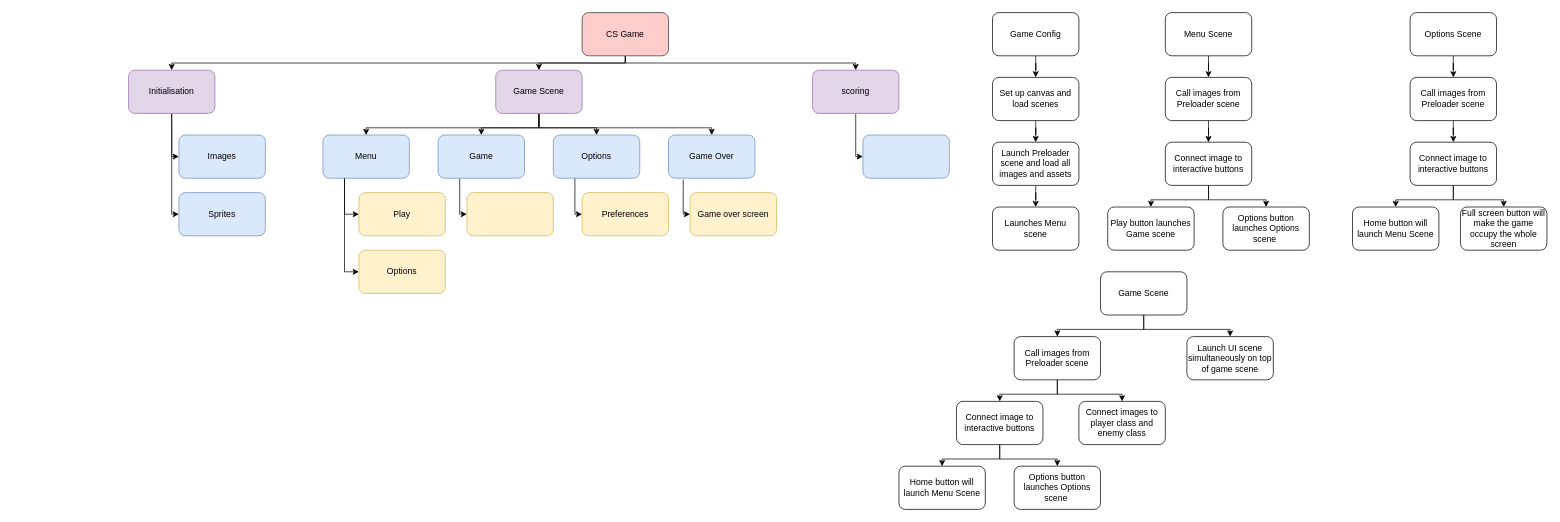
Before: Top Down CS.drawio in 13ilaurente/csgame, a draw.io diagram. Source tidied: cells renumbered, new cells numbered last; positions are measured from the earlier drawing's top-left corner, leaving out a move shared by most shapes. Both pictures are drawn from the tidied source at 72%, with x=0, y=0 at pixel (128, 12).
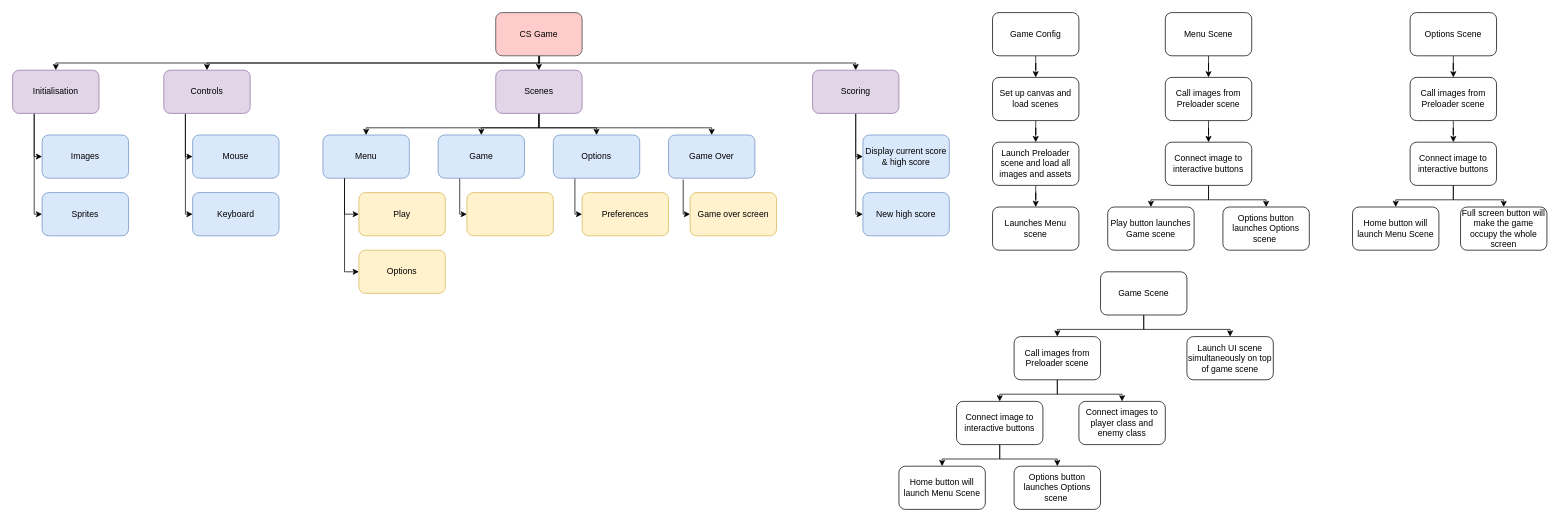
Above is the later version.

Change to the diagram source:
```diff
@@
     <mxCell id="40" style="edgeStyle=orthogonalEdgeStyle;rounded=0;jettySize=auto;html=1;exitX=0.5;exitY=1;exitDx=0;exitDy=0;entryX=0.5;entryY=0;entryDx=0;entryDy=0;" parent="1" edge="1" source="43" target="64">
       <mxGeometry relative="1" as="geometry">
         <Array as="points">
-          <mxPoint x="690" y="70" />
-          <mxPoint x="570" y="70" />
+          <mxPoint x="570" y="60" />
+          <mxPoint x="570" y="60" />
         </Array>
       </mxGeometry>
     </mxCell>
     <mxCell id="41" style="edgeStyle=orthogonalEdgeStyle;rounded=0;jettySize=auto;html=1;exitX=0.5;exitY=1;exitDx=0;exitDy=0;entryX=0.5;entryY=0;entryDx=0;entryDy=0;" parent="1" edge="1" source="43" target="67">
       <mxGeometry relative="1" as="geometry">
         <Array as="points">
-          <mxPoint x="690" y="70" />
-          <mxPoint x="60" y="70" />
+          <mxPoint x="570" y="70" />
+          <mxPoint x="-101" y="70" />
         </Array>
       </mxGeometry>
     </mxCell>
     <mxCell id="42" style="edgeStyle=orthogonalEdgeStyle;rounded=0;jettySize=auto;html=1;exitX=0.5;exitY=1;exitDx=0;exitDy=0;" parent="1" edge="1" source="43" target="45">
       <mxGeometry relative="1" as="geometry">
         <Array as="points">
-          <mxPoint x="690" y="70" />
+          <mxPoint x="570" y="70" />
           <mxPoint x="1010" y="70" />
         </Array>
       </mxGeometry>
     </mxCell>
+    <mxCell id="71" style="edgeStyle=orthogonalEdgeStyle;rounded=0;jettySize=auto;html=1;exitX=0.5;exitY=1;exitDx=0;exitDy=0;" parent="1" edge="1" source="43" target="74">
+      <mxGeometry relative="1" as="geometry">
+        <Array as="points">
+          <mxPoint x="571" y="70" />
+          <mxPoint x="109" y="70" />
+        </Array>
+      </mxGeometry>
+    </mxCell>
     <mxCell id="43" value="CS Game" style="rounded=1;whiteSpace=wrap;html=1;fillColor=#ffcccc;strokeColor=#36393d;" parent="1" vertex="1">
-      <mxGeometry x="630" width="120" height="60" as="geometry" />
+      <mxGeometry x="510" width="120" height="60" as="geometry" />
     </mxCell>
+    <mxCell id="72" style="edgeStyle=orthogonalEdgeStyle;rounded=0;jettySize=auto;html=1;exitX=0.25;exitY=1;exitDx=0;exitDy=0;" parent="1" edge="1" source="74" target="76">
+      <mxGeometry relative="1" as="geometry">
+        <Array as="points">
+          <mxPoint x="79" y="200" />
+        </Array>
+      </mxGeometry>
+    </mxCell>
+    <mxCell id="73" style="edgeStyle=orthogonalEdgeStyle;rounded=0;jettySize=auto;html=1;exitX=0.25;exitY=1;exitDx=0;exitDy=0;" parent="1" edge="1" source="74" target="75">
+      <mxGeometry relative="1" as="geometry">
+        <Array as="points">
+          <mxPoint x="79" y="280" />
+        </Array>
+      </mxGeometry>
+    </mxCell>
+    <mxCell id="74" value="Controls" style="rounded=1;whiteSpace=wrap;html=1;fillColor=#e1d5e7;strokeColor=#9673a6;" parent="1" vertex="1">
+      <mxGeometry x="49" y="80" width="120" height="60" as="geometry" />
+    </mxCell>
+    <mxCell id="75" value="Keyboard" style="rounded=1;whiteSpace=wrap;html=1;fillColor=#dae8fc;strokeColor=#6c8ebf;" parent="1" vertex="1">
+      <mxGeometry x="89" y="250" width="120" height="60" as="geometry" />
+    </mxCell>
+    <mxCell id="76" value="Mouse" style="rounded=1;whiteSpace=wrap;html=1;fillColor=#dae8fc;strokeColor=#6c8ebf;" parent="1" vertex="1">
+      <mxGeometry x="89" y="170" width="120" height="60" as="geometry" />
+    </mxCell>
@@
+    <mxCell id="77" style="edgeStyle=orthogonalEdgeStyle;rounded=0;jettySize=auto;html=1;entryX=0;entryY=0.5;entryDx=0;entryDy=0;" parent="1" edge="1" source="45" target="78">
+      <mxGeometry relative="1" as="geometry">
+        <Array as="points">
+          <mxPoint x="1010" y="280" />
+        </Array>
+      </mxGeometry>
+    </mxCell>
-    <mxCell id="45" value="scoring" style="rounded=1;whiteSpace=wrap;html=1;fillColor=#e1d5e7;strokeColor=#9673a6;" parent="1" vertex="1">
+    <mxCell id="45" value="Scoring" style="rounded=1;whiteSpace=wrap;html=1;fillColor=#e1d5e7;strokeColor=#9673a6;" parent="1" vertex="1">
       <mxGeometry x="950" y="80" width="120" height="60" as="geometry" />
     </mxCell>
+    <mxCell id="78" value="New high score" style="rounded=1;whiteSpace=wrap;html=1;fillColor=#dae8fc;strokeColor=#6c8ebf;" parent="1" vertex="1">
+      <mxGeometry x="1020" y="250" width="120" height="60" as="geometry" />
+    </mxCell>
-    <mxCell id="46" style="rounded=1;whiteSpace=wrap;html=1;fillColor=#dae8fc;strokeColor=#6c8ebf;" parent="1" vertex="1">
+    <mxCell id="46" value="Display current score&lt;br&gt;&amp;amp; high score" style="rounded=1;whiteSpace=wrap;html=1;fillColor=#dae8fc;strokeColor=#6c8ebf;" parent="1" vertex="1">
       <mxGeometry x="1020" y="170" width="120" height="60" as="geometry" />
     </mxCell>
@@
-    <mxCell id="64" value="Game Scene" style="rounded=1;whiteSpace=wrap;html=1;fillColor=#e1d5e7;strokeColor=#9673a6;" parent="1" vertex="1">
+    <mxCell id="64" value="Scenes" style="rounded=1;whiteSpace=wrap;html=1;fillColor=#e1d5e7;strokeColor=#9673a6;" parent="1" vertex="1">
       <mxGeometry x="510" y="80" width="120" height="60" as="geometry" />
     </mxCell>
-    <mxCell id="65" style="edgeStyle=orthogonalEdgeStyle;rounded=0;jettySize=auto;html=1;exitX=0.5;exitY=1;exitDx=0;exitDy=0;entryX=0;entryY=0.5;entryDx=0;entryDy=0;" parent="1" edge="1" source="67" target="69">
+    <mxCell id="65" style="edgeStyle=orthogonalEdgeStyle;rounded=0;jettySize=auto;html=1;exitX=0.25;exitY=1;exitDx=0;exitDy=0;entryX=0;entryY=0.5;entryDx=0;entryDy=0;" parent="1" edge="1" source="67" target="69">
       <mxGeometry relative="1" as="geometry">
         <Array as="points">
-          <mxPoint x="60" y="200" />
+          <mxPoint x="-131" y="200" />
         </Array>
       </mxGeometry>
     </mxCell>
-    <mxCell id="66" style="edgeStyle=orthogonalEdgeStyle;rounded=0;jettySize=auto;html=1;exitX=0.5;exitY=1;exitDx=0;exitDy=0;" parent="1" edge="1" source="67" target="68">
+    <mxCell id="66" style="edgeStyle=orthogonalEdgeStyle;rounded=0;jettySize=auto;html=1;exitX=0.25;exitY=1;exitDx=0;exitDy=0;entryX=0;entryY=0.5;entryDx=0;entryDy=0;" parent="1" edge="1" source="67" target="68">
       <mxGeometry relative="1" as="geometry">
         <Array as="points">
-          <mxPoint x="60" y="270" />
-          <mxPoint x="60" y="270" />
+          <mxPoint x="-131" y="280" />
         </Array>
       </mxGeometry>
     </mxCell>
     <mxCell id="67" value="Initialisation" style="rounded=1;whiteSpace=wrap;html=1;fillColor=#e1d5e7;strokeColor=#9673a6;" parent="1" vertex="1">
-      <mxGeometry y="80" width="120" height="60" as="geometry" />
+      <mxGeometry x="-161" y="80" width="120" height="60" as="geometry" />
     </mxCell>
     <mxCell id="68" value="Sprites" style="rounded=1;whiteSpace=wrap;html=1;fillColor=#dae8fc;strokeColor=#6c8ebf;" parent="1" vertex="1">
-      <mxGeometry x="70" y="250" width="120" height="60" as="geometry" />
+      <mxGeometry x="-120" y="250" width="120" height="60" as="geometry" />
     </mxCell>
     <mxCell id="69" value="Images" style="rounded=1;whiteSpace=wrap;html=1;fillColor=#dae8fc;strokeColor=#6c8ebf;" parent="1" vertex="1">
-      <mxGeometry x="70" y="170" width="120" height="60" as="geometry" />
+      <mxGeometry x="-120" y="170" width="120" height="60" as="geometry" />
     </mxCell>
```
